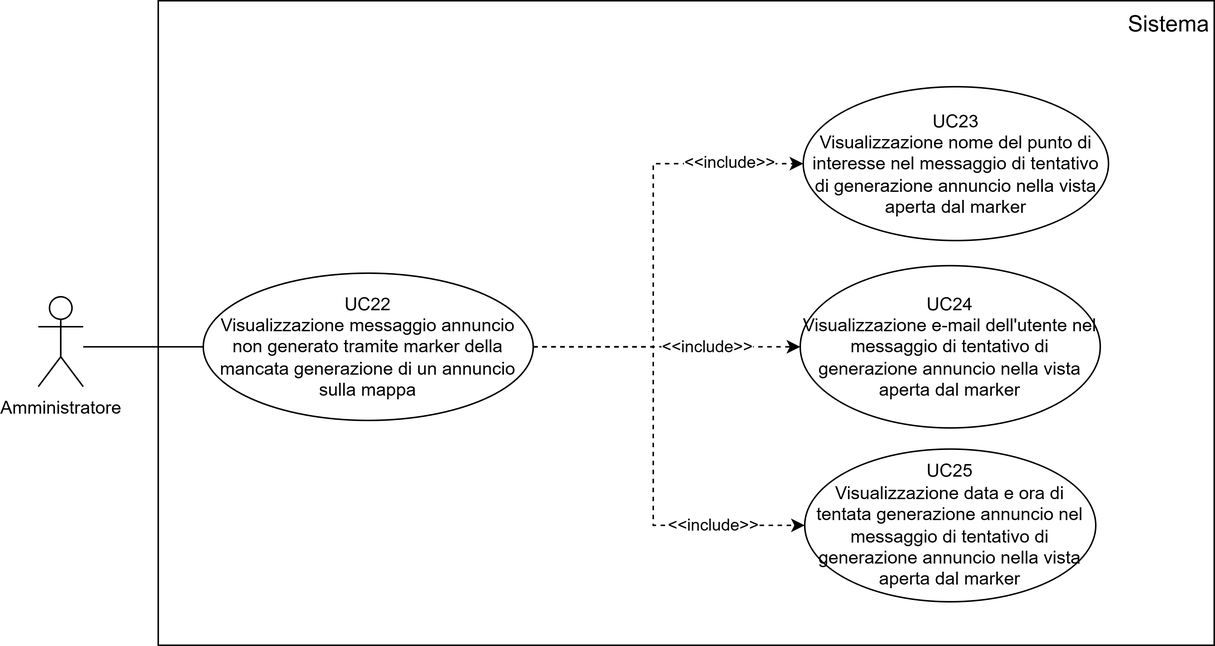
Before: assets/use_cases/UC22-23-24-25.png, a diagram exported from draw.io (SWEatUNIPD/docs). Source tidied: cells renumbered, new cells last; positions are measured from the earlier drawing's top-left corner, leaving out a move shared by most shapes.
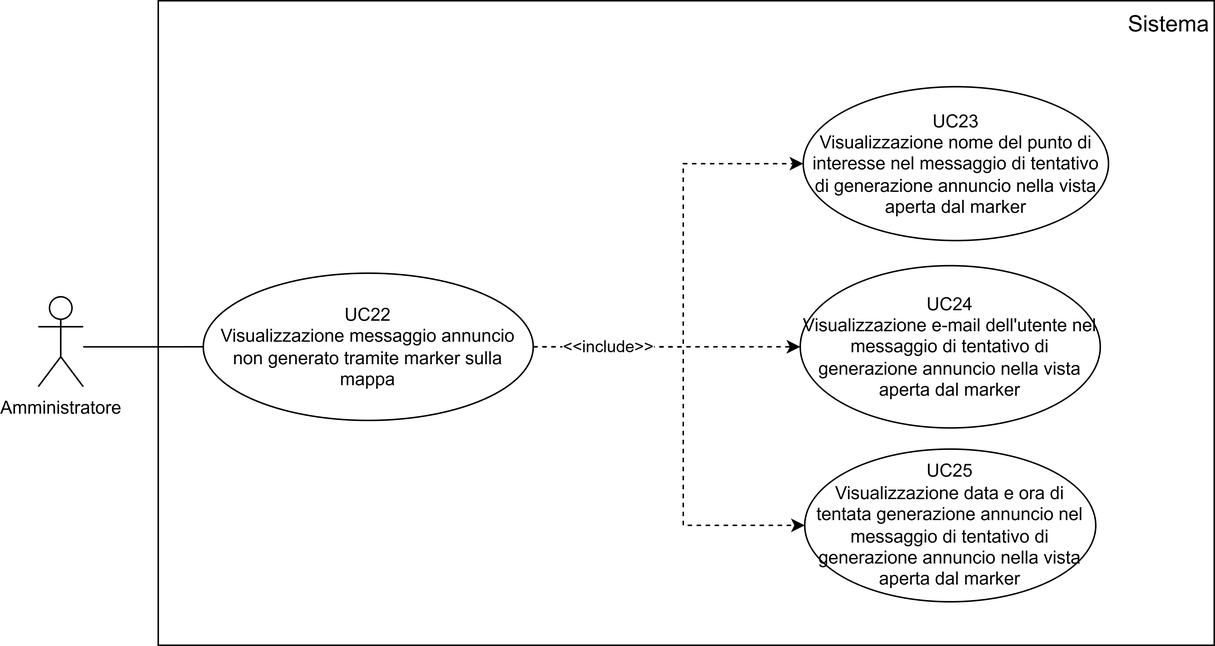
Above is the later version.

Commit message:
effettuati alcuni fix

Change to the diagram source:
```diff
@@ -18,36 +18,28 @@
     <mxCell id="5" style="edgeStyle=orthogonalEdgeStyle;rounded=0;jettySize=auto;html=1;dashed=1;exitX=1;exitY=0.5;exitDx=0;exitDy=0;" parent="1" edge="1" source="11" target="12">
       <mxGeometry relative="1" as="geometry">
         <Array as="points">
-          <mxPoint x="330" y="230" />
-          <mxPoint x="410" y="230" />
-          <mxPoint x="410" y="350" />
+          <mxPoint x="430" y="231" />
+          <mxPoint x="430" y="350" />
         </Array>
       </mxGeometry>
     </mxCell>
-    <mxCell id="6" value="&amp;lt;&amp;lt;include&amp;gt;&amp;gt;" style="edgeLabel;html=1;align=center;verticalAlign=middle;" parent="5" vertex="1">
-      <mxGeometry x="0.59" y="1" relative="1" as="geometry" />
-    </mxCell>
     <mxCell id="7" style="edgeStyle=orthogonalEdgeStyle;rounded=0;jettySize=auto;html=1;exitX=1;exitY=0.5;exitDx=0;exitDy=0;dashed=1;entryX=0;entryY=0.5;entryDx=0;entryDy=0;" parent="1" edge="1" source="11" target="14">
       <mxGeometry relative="1" as="geometry" />
     </mxCell>
-    <mxCell id="8" value="&amp;lt;&amp;lt;include&amp;gt;&amp;gt;" style="edgeLabel;html=1;align=center;verticalAlign=middle;" parent="7" vertex="1">
-      <mxGeometry x="0.3" y="-3" relative="1" as="geometry">
-        <mxPoint y="-3" as="offset" />
-      </mxGeometry>
-    </mxCell>
     <mxCell id="9" style="edgeStyle=orthogonalEdgeStyle;rounded=0;jettySize=auto;html=1;exitX=1;exitY=0.5;exitDx=0;exitDy=0;entryX=0;entryY=0.5;entryDx=0;entryDy=0;dashed=1;" parent="1" edge="1" source="11" target="13">
       <mxGeometry relative="1" as="geometry">
         <Array as="points">
-          <mxPoint x="330" y="230" />
-          <mxPoint x="410" y="230" />
-          <mxPoint x="410" y="109" />
+          <mxPoint x="430" y="231" />
+          <mxPoint x="430" y="109" />
         </Array>
       </mxGeometry>
     </mxCell>
-    <mxCell id="10" value="&amp;lt;&amp;lt;include&amp;gt;&amp;gt;" style="edgeLabel;html=1;align=center;verticalAlign=middle;" parent="9" vertex="1">
-      <mxGeometry x="0.68" y="1" relative="1" as="geometry" />
-    </mxCell>
+    <mxCell id="16" value="&amp;lt;&amp;lt;include&amp;gt;&amp;gt;" style="edgeLabel;html=1;align=center;verticalAlign=middle;" parent="9" vertex="1">
+      <mxGeometry x="-0.75" relative="1" as="geometry">
+        <mxPoint x="13" as="offset" />
+      </mxGeometry>
+    </mxCell>
-    <mxCell id="11" value="UC22&lt;div&gt;Visualizzazione messaggio annuncio non generato tramite marker della mancata generazione di un annuncio sulla mappa&lt;/div&gt;" style="ellipse;whiteSpace=wrap;html=1;fillColor=none;" parent="1" vertex="1">
+    <mxCell id="11" value="UC22&lt;div&gt;Visualizzazione messaggio annuncio non generato tramite marker sulla mappa&lt;/div&gt;" style="ellipse;whiteSpace=wrap;html=1;fillColor=none;" parent="1" vertex="1">
       <mxGeometry x="110" y="181.8" width="220" height="98.2" as="geometry" />
     </mxCell>
     <mxCell id="12" value="UC25&lt;div&gt;Visualizzazione data e ora di tentata generazione annuncio nel messaggio di tentativo di generazione annuncio nella vista aperta dal marker&lt;/div&gt;" style="ellipse;whiteSpace=wrap;html=1;fillColor=none;" parent="1" vertex="1">
```
